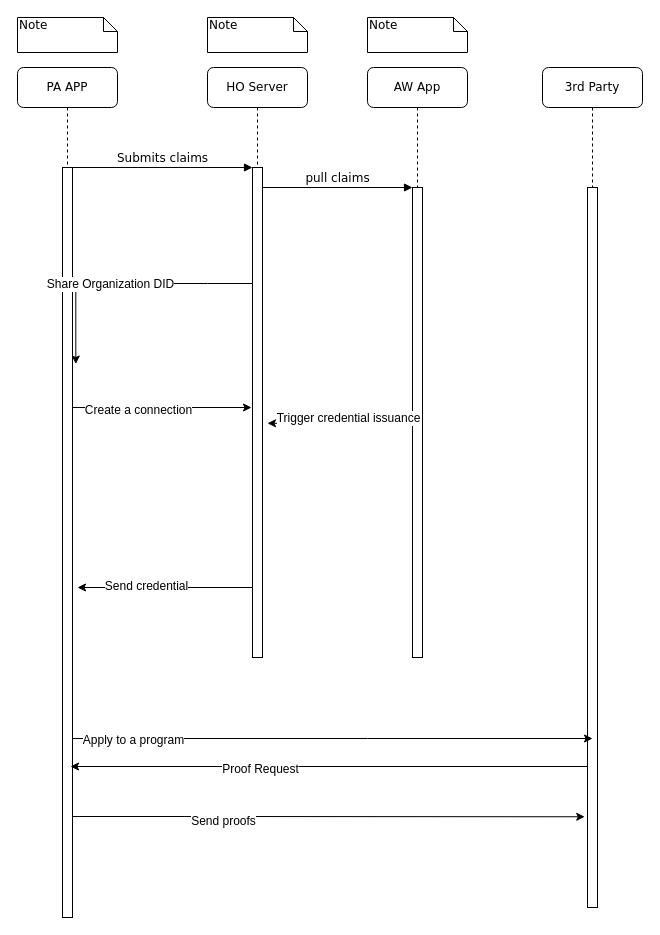
nsward/diagrams keeps this draw.io diagram as Sovrin Sequence Diagram.drawio. Above is the earlier version. Source tidied: cells renumbered, new cells numbered last; positions are measured from the earlier drawing's top-left corner, leaving out a move shared by most shapes. Both pictures are drawn from the tidied source at 100%, with x=0, y=0 at pixel (17, 17).
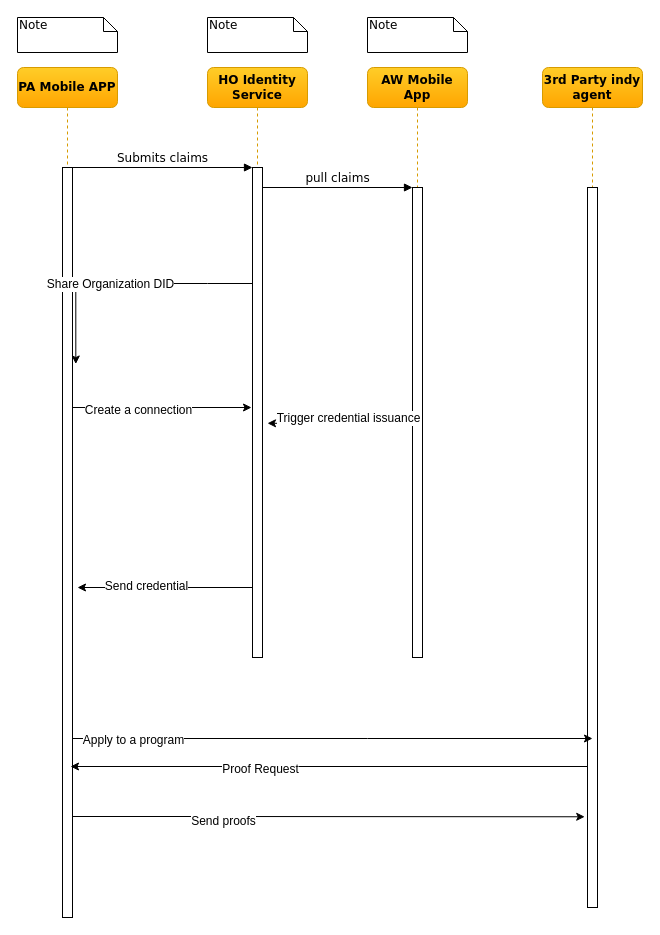
Above is the later version.

Diff of the diagram source:
```diff
@@
-    <mxCell id="2" value="HO Server" style="shape=umlLifeline;perimeter=lifelinePerimeter;whiteSpace=wrap;html=1;rounded=1;shadow=0;comic=0;labelBackgroundColor=none;strokeColor=#000000;strokeWidth=1;fillColor=#FFFFFF;fontFamily=Verdana;fontSize=12;fontColor=#000000;align=center;" parent="1" vertex="1">
+    <mxCell id="2" value="HO Identity Service" style="shape=umlLifeline;perimeter=lifelinePerimeter;whiteSpace=wrap;html=1;rounded=1;shadow=0;comic=0;labelBackgroundColor=none;strokeColor=#d79b00;strokeWidth=1;fillColor=#ffcd28;fontFamily=Verdana;fontSize=12;fontColor=#000000;align=center;fontStyle=1;gradientColor=#ffa500;" parent="1" vertex="1">
       <mxGeometry x="190" y="50" width="100" height="590" as="geometry" />
     </mxCell>
@@
-    <mxCell id="4" value="AW App" style="shape=umlLifeline;perimeter=lifelinePerimeter;whiteSpace=wrap;html=1;rounded=1;shadow=0;comic=0;labelBackgroundColor=none;strokeColor=#000000;strokeWidth=1;fillColor=#FFFFFF;fontFamily=Verdana;fontSize=12;fontColor=#000000;align=center;" parent="1" vertex="1">
+    <mxCell id="4" value="AW Mobile App" style="shape=umlLifeline;perimeter=lifelinePerimeter;whiteSpace=wrap;html=1;rounded=1;shadow=0;comic=0;labelBackgroundColor=none;strokeColor=#d79b00;strokeWidth=1;fillColor=#ffcd28;fontFamily=Verdana;fontSize=12;fontColor=#000000;align=center;fontStyle=1;gradientColor=#ffa500;" parent="1" vertex="1">
       <mxGeometry x="350" y="50" width="100" height="590" as="geometry" />
     </mxCell>
@@
-    <mxCell id="6" value="PA APP" style="shape=umlLifeline;perimeter=lifelinePerimeter;whiteSpace=wrap;html=1;rounded=1;shadow=0;comic=0;labelBackgroundColor=none;strokeColor=#000000;strokeWidth=1;fillColor=#FFFFFF;fontFamily=Verdana;fontSize=12;fontColor=#000000;align=center;" parent="1" vertex="1">
+    <mxCell id="6" value="PA Mobile APP" style="shape=umlLifeline;perimeter=lifelinePerimeter;whiteSpace=wrap;html=1;rounded=1;shadow=0;comic=0;labelBackgroundColor=none;strokeColor=#d79b00;strokeWidth=1;fillColor=#ffcd28;fontFamily=Verdana;fontSize=12;fontColor=#000000;align=center;fontStyle=1;gradientColor=#ffa500;" parent="1" vertex="1">
       <mxGeometry y="50" width="100" height="850" as="geometry" />
     </mxCell>
@@
-    <mxCell id="21" value="3rd Party" style="shape=umlLifeline;perimeter=lifelinePerimeter;whiteSpace=wrap;html=1;rounded=1;shadow=0;comic=0;labelBackgroundColor=none;strokeColor=#000000;strokeWidth=1;fillColor=#FFFFFF;fontFamily=Verdana;fontSize=12;fontColor=#000000;align=center;" parent="1" vertex="1">
+    <mxCell id="21" value="3rd Party indy agent" style="shape=umlLifeline;perimeter=lifelinePerimeter;whiteSpace=wrap;html=1;rounded=1;shadow=0;comic=0;labelBackgroundColor=none;strokeColor=#d79b00;strokeWidth=1;fillColor=#ffcd28;fontFamily=Verdana;fontSize=12;fontColor=#000000;align=center;fontStyle=1;gradientColor=#ffa500;" parent="1" vertex="1">
       <mxGeometry x="525" y="50" width="100" height="840" as="geometry" />
     </mxCell>
```
